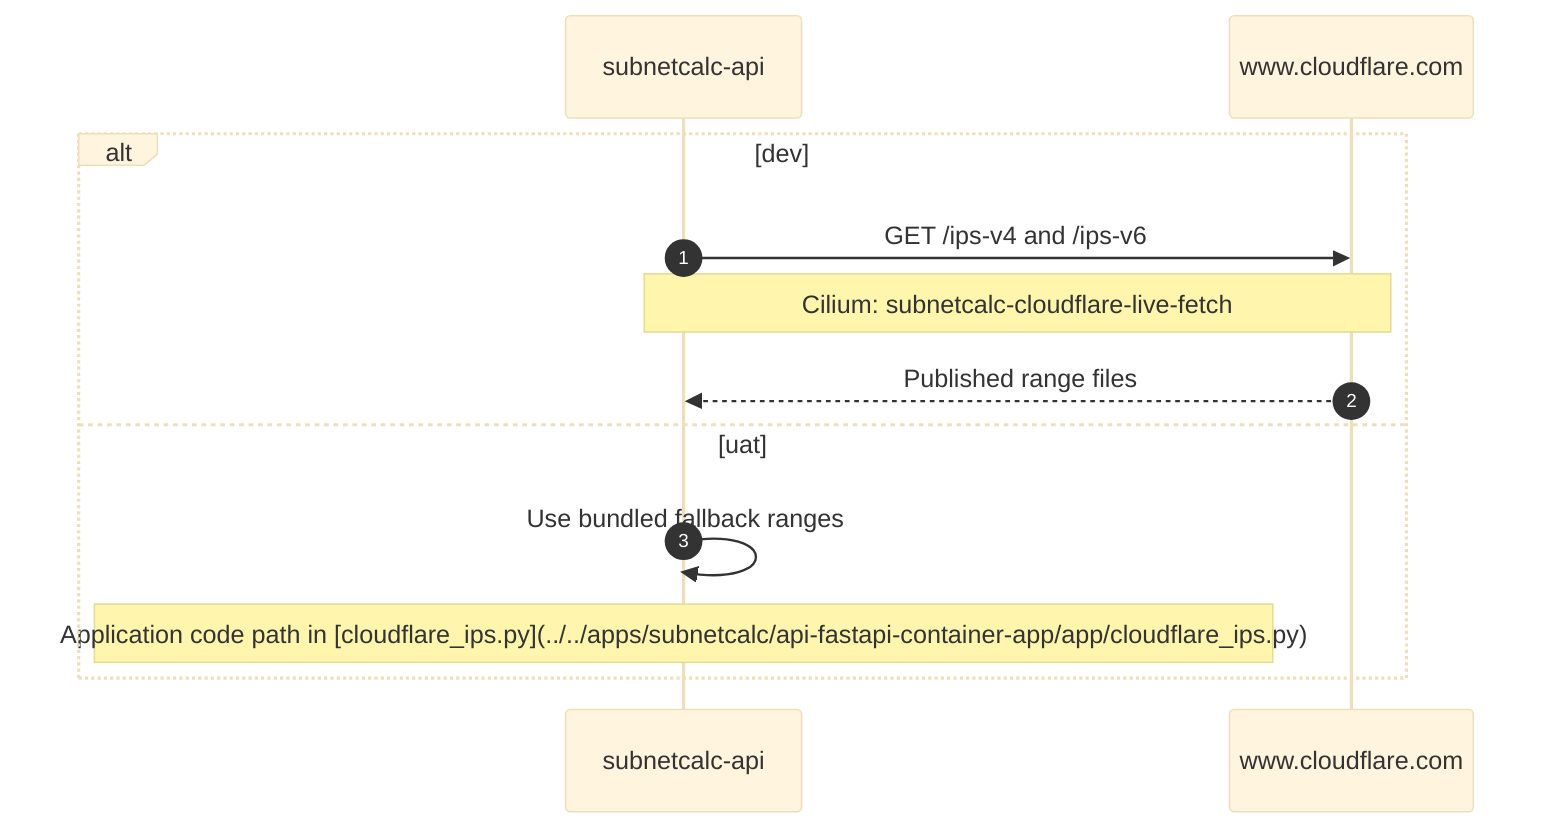
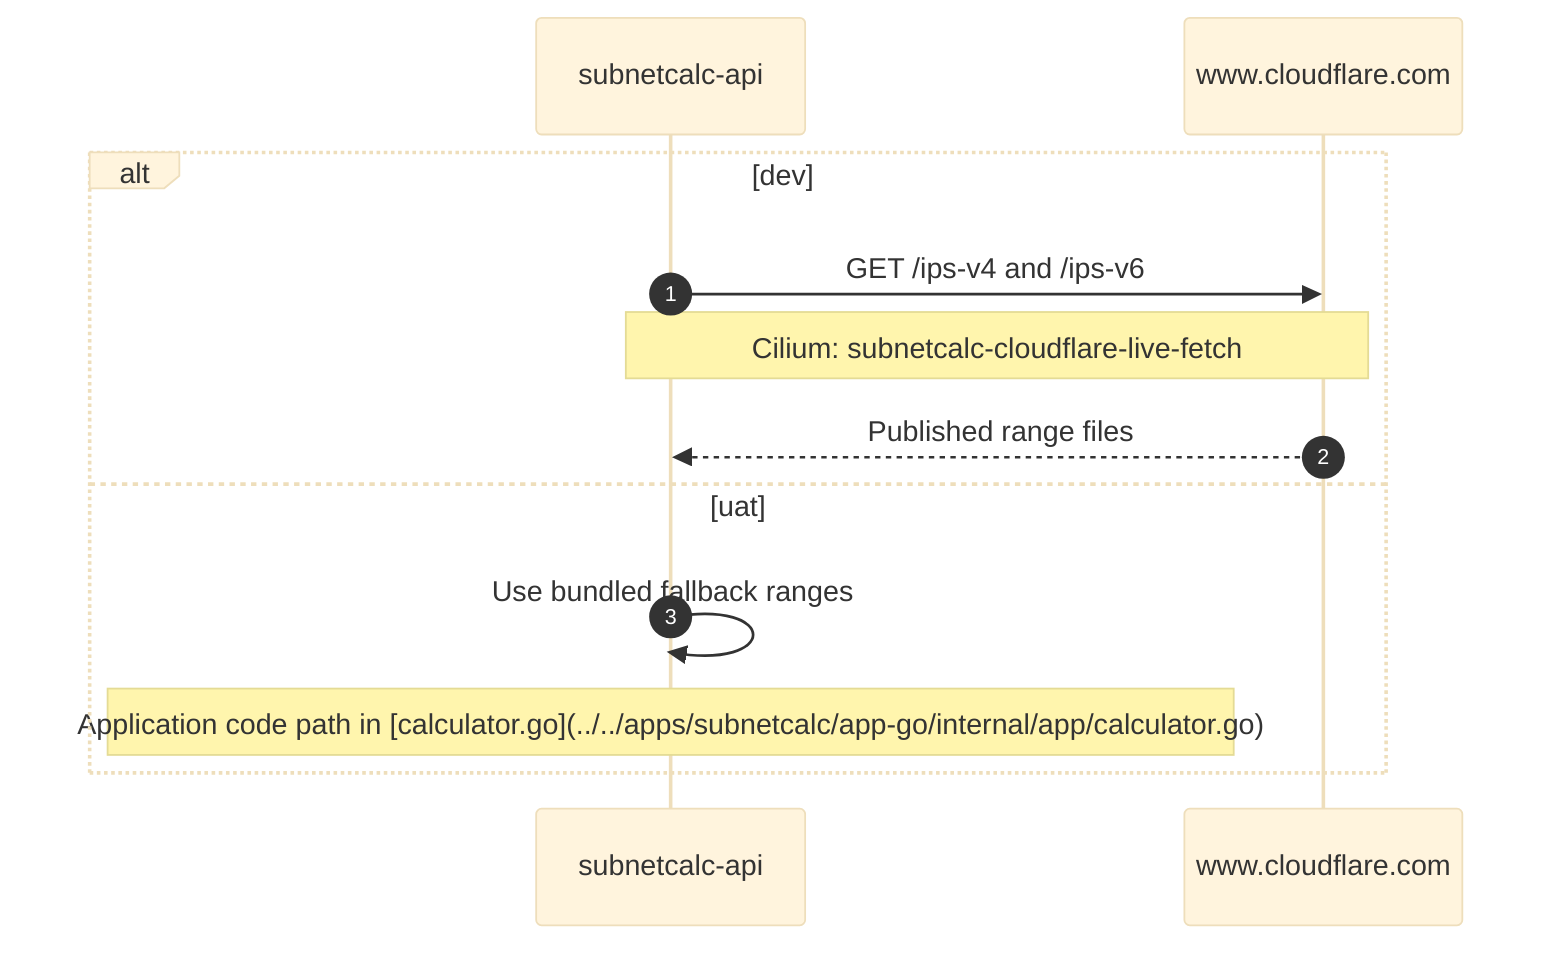
%%{init: {"theme": "base", "themeVariables": {"background": "#ffffff"}}}%%
sequenceDiagram
    autonumber
    participant API as subnetcalc-api
    participant Cloudflare as www.cloudflare.com

    alt dev
        API->>Cloudflare: GET /ips-v4 and /ips-v6
        Note over API,Cloudflare: Cilium: subnetcalc-cloudflare-live-fetch
        Cloudflare-->>API: Published range files
    else uat
        API->>API: Use bundled fallback ranges
-         Note over API: Application code path in [cloudflare_ips.py](../../apps/subnetcalc/api-fastapi-container-app/app/cloudflare_ips.py)
+         Note over API: Application code path in [calculator.go](../../apps/subnetcalc/app-go/internal/app/calculator.go)
    end
